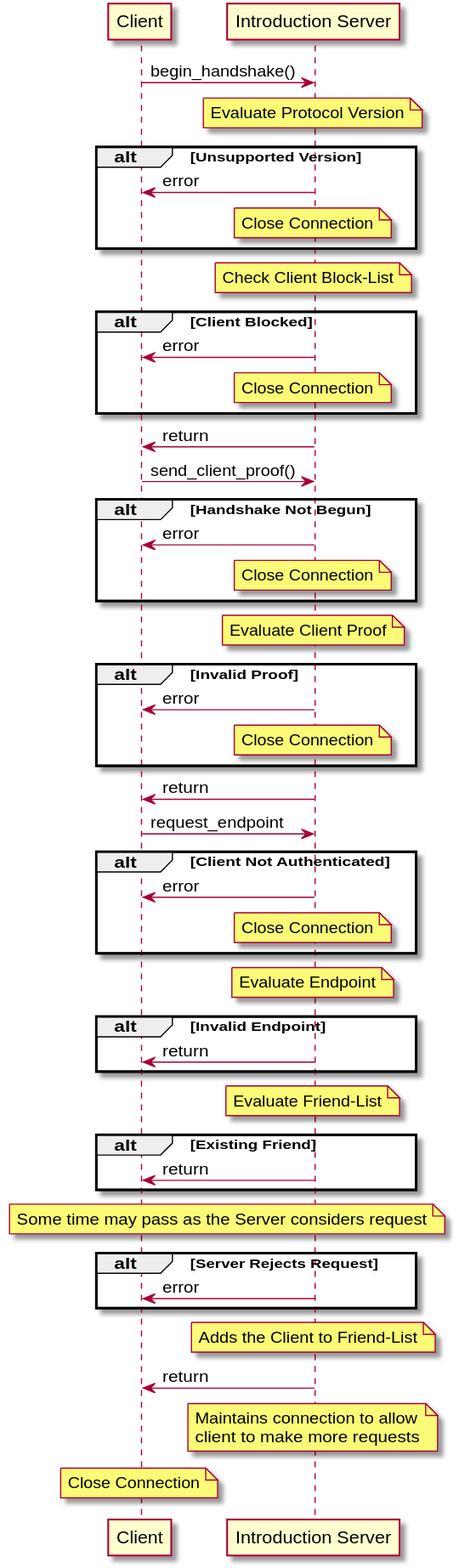
Above: docs/introduction_handshake.svg in blueprint-freespeech/gosling (PlantUML), before the change.
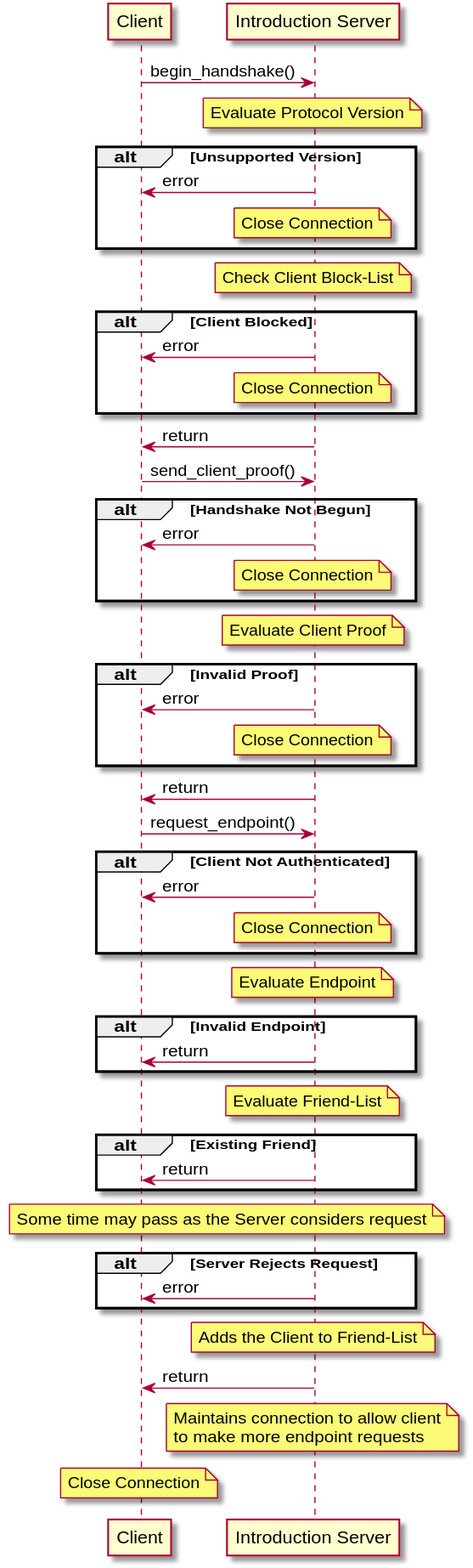
After the change.

Change to the diagram source:
```diff
@@ -36,7 +36,7 @@
 
 Server->Client: return
 
-Client->Server: request_endpoint
+Client->Server: request_endpoint()
 
     alt Client Not Authenticated
         Client<-Server: error
@@ -64,8 +64,8 @@
     Client<-Server: return
 
     note over Server
-        Maintains connection to allow
-        client to make more requests
+        Maintains connection to allow client
+        to make more endpoint requests
     endnote
 
     note over Client: Close Connection
```
